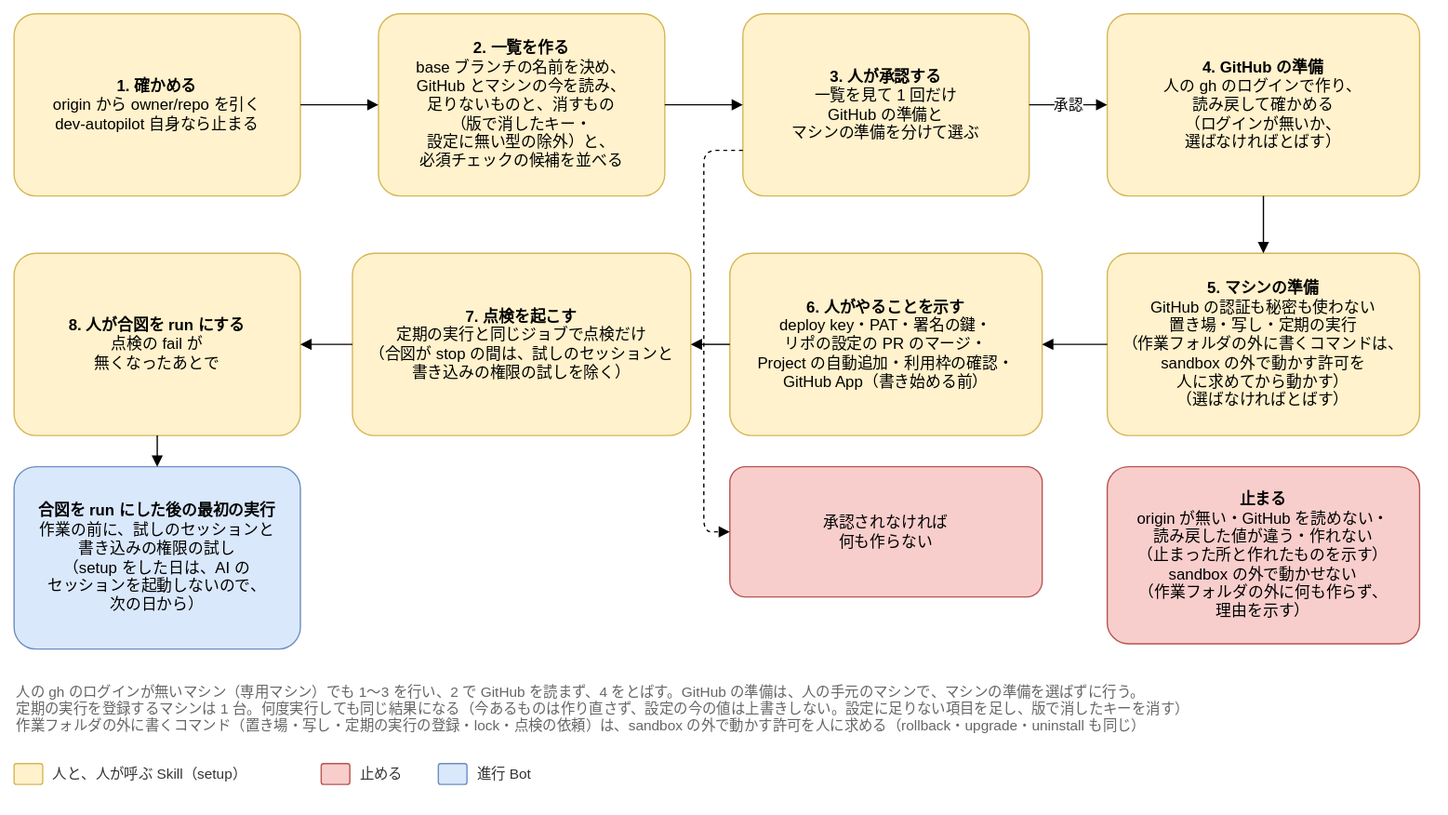
Joymerrevent/dev-autopilot keeps this draw.io diagram as docs/design/basic/diagrams/04-setup-flow.drawio.svg. Above is the earlier version. Source tidied: cells renumbered, new cells last; positions are measured from the earlier drawing's top-left corner, leaving out a move shared by most shapes.
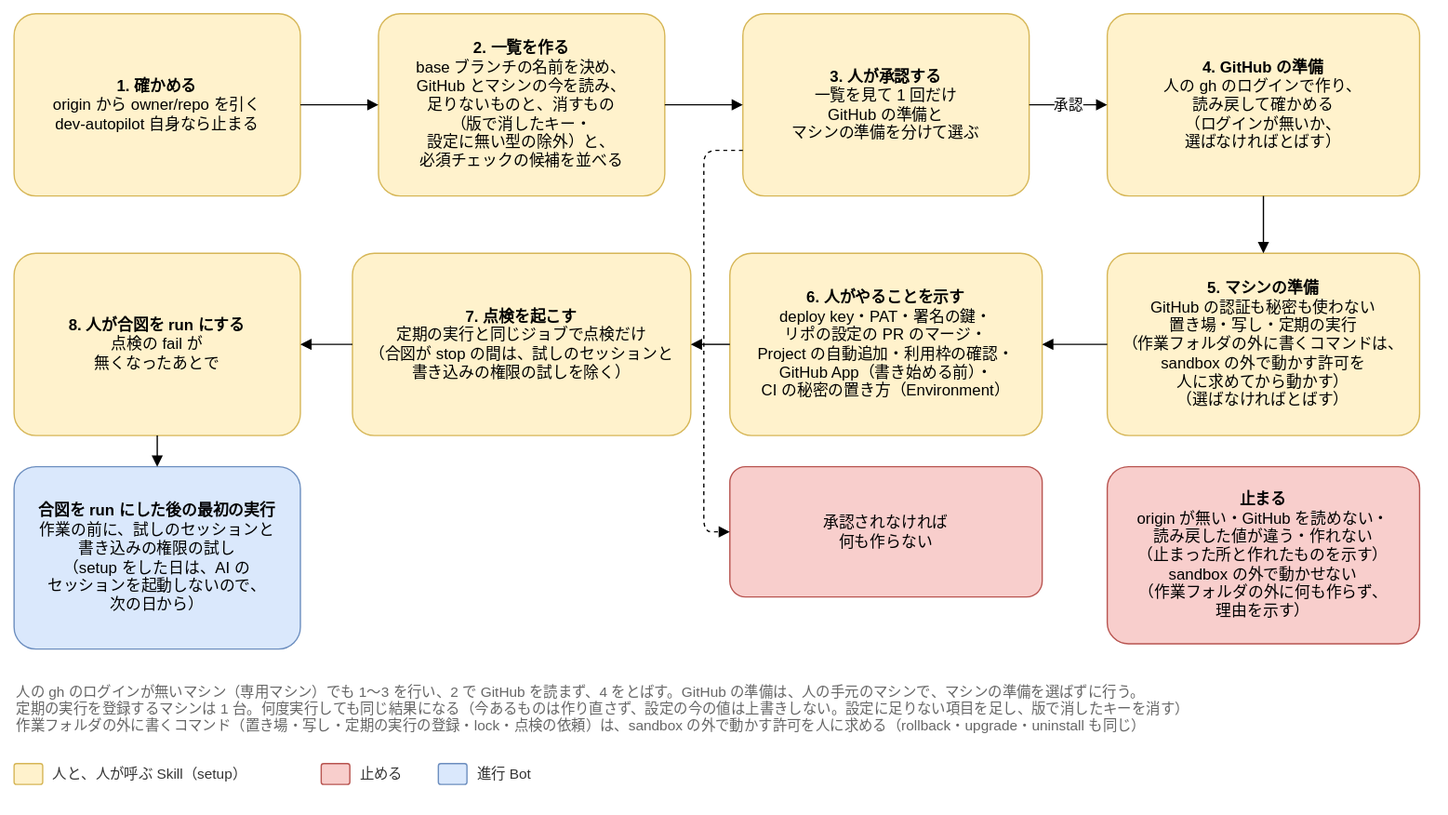
Above is the later version.

Commit message:
docs(design): 導入の流れの図の、人がやることを示す手順に CI の秘密の置き方を足す

Claude-Session: https://claude.ai/code/session_01LvmXQKtqBk1ABFg8BQJo1c

What changed in the source:
```diff
@@ -17,7 +17,7 @@
     <mxCell id="6" value="&lt;b&gt;5. マシンの準備&lt;/b&gt;&lt;br&gt;GitHub の認証も秘密も使わない&lt;br&gt;置き場・写し・定期の実行&lt;br&gt;（作業フォルダの外に書くコマンドは、&lt;br&gt;sandbox の外で動かす許可を&lt;br&gt;人に求めてから動かす）&lt;br&gt;（選ばなければとばす）" style="rounded=1;whiteSpace=wrap;html=1;fontSize=12;arcSize=12;spacing=12;fillColor=#fff2cc;strokeColor=#d6b656;" parent="1" vertex="1">
       <mxGeometry x="840" y="184" width="240" height="140" as="geometry" />
     </mxCell>
-    <mxCell id="7" value="&lt;b&gt;6. 人がやることを示す&lt;/b&gt;&lt;br&gt;deploy key・PAT・署名の鍵・&lt;br&gt;リポの設定の PR のマージ・&lt;br&gt;Project の自動追加・利用枠の確認・&lt;br&gt;GitHub App（書き始める前）" style="rounded=1;whiteSpace=wrap;html=1;fontSize=12;arcSize=12;spacing=12;fillColor=#fff2cc;strokeColor=#d6b656;" parent="1" vertex="1">
+    <mxCell id="7" value="&lt;b&gt;6. 人がやることを示す&lt;/b&gt;&lt;br&gt;deploy key・PAT・署名の鍵・&lt;br&gt;リポの設定の PR のマージ・&lt;br&gt;Project の自動追加・利用枠の確認・&lt;br&gt;GitHub App（書き始める前）・&lt;br&gt;CI の秘密の置き方（Environment）" style="rounded=1;whiteSpace=wrap;html=1;fontSize=12;arcSize=12;spacing=12;fillColor=#fff2cc;strokeColor=#d6b656;" parent="1" vertex="1">
       <mxGeometry x="550" y="184" width="240" height="140" as="geometry" />
     </mxCell>
     <mxCell id="8" value="&lt;b&gt;7. 点検を起こす&lt;/b&gt;&lt;br&gt;定期の実行と同じジョブで点検だけ&lt;br&gt;（合図が stop の間は、試しのセッションと&lt;br&gt;書き込みの権限の試しを除く）" style="rounded=1;whiteSpace=wrap;html=1;fontSize=12;arcSize=12;spacing=12;fillColor=#fff2cc;strokeColor=#d6b656;" parent="1" vertex="1">
```
